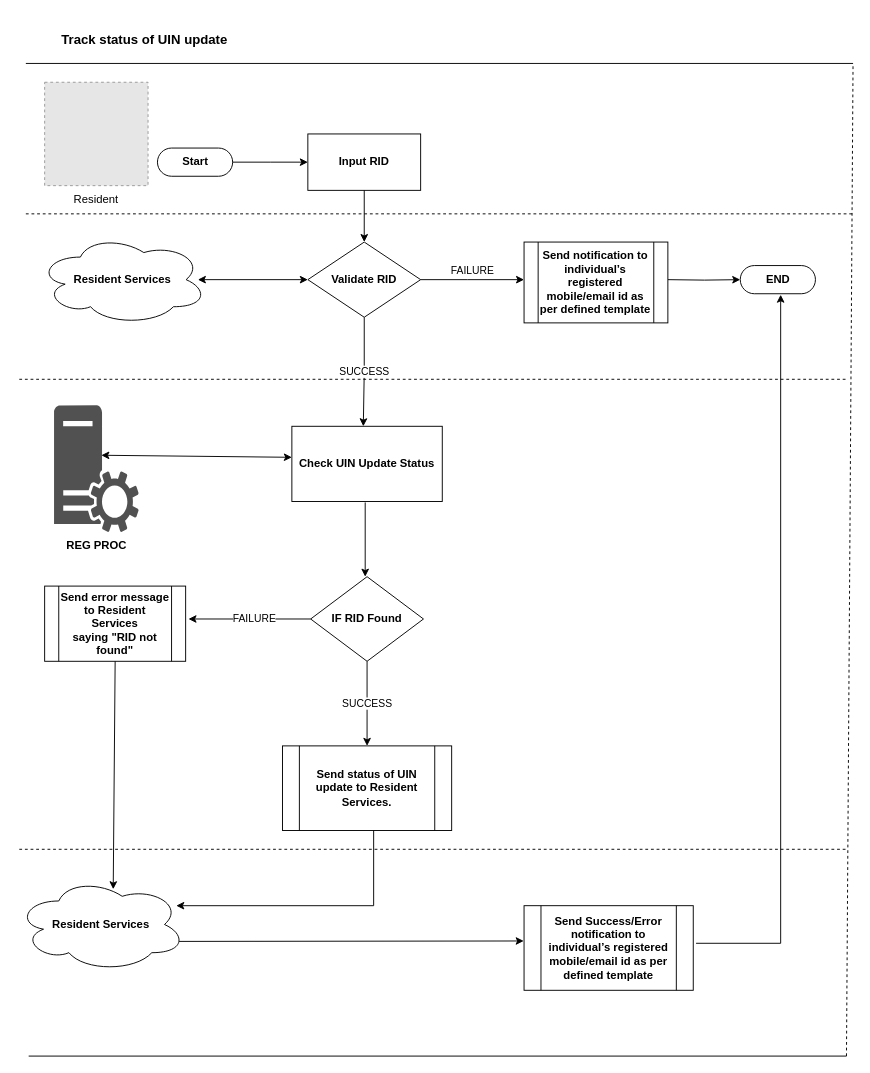
Before: page "MOS-23860" (1 of 12) of _files/requirements/final_process_flows/Resident Service.drawio in ssenmosip/mosip-temp-documentation, a draw.io diagram. Source tidied: cells renumbered, new cells numbered last; positions are measured from the earlier drawing's top-left corner, leaving out a move shared by most shapes. Both pictures are drawn from the tidied source at 94%, with x=0, y=0 at pixel (16, 16). Pictures stored in the file or linked from it are replaced by grey dashed boxes.
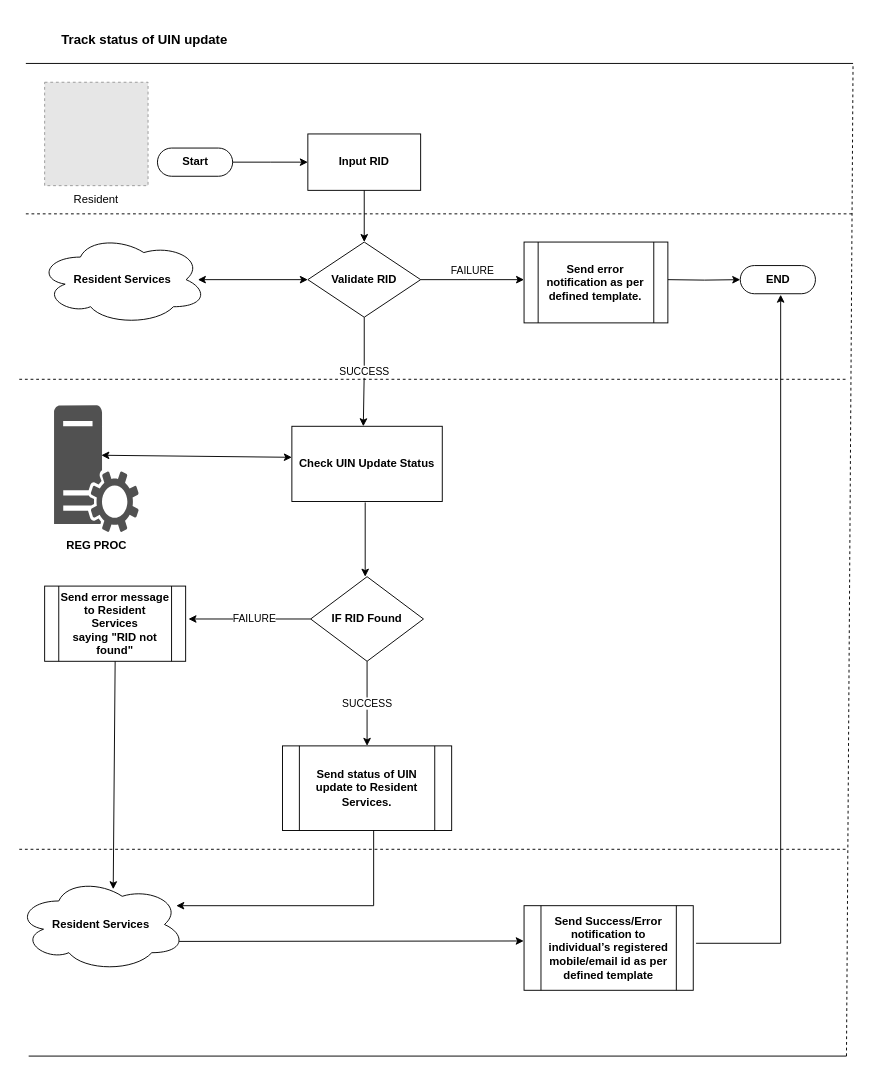
The same page after the edit.

What changed in the source:
```diff
@@
-    <mxCell id="13" value="&lt;b&gt;Send notification to individual’s registered mobile/email id as per defined template&lt;/b&gt;" style="shape=process;whiteSpace=wrap;html=1;backgroundOutline=1;" parent="1" vertex="1">
+    <mxCell id="13" value="&lt;b&gt;Send error notification as per defined template.&lt;/b&gt;" style="shape=process;whiteSpace=wrap;html=1;backgroundOutline=1;" parent="1" vertex="1">
       <mxGeometry x="540" y="240" width="153" height="86" as="geometry" />
     </mxCell>
```
